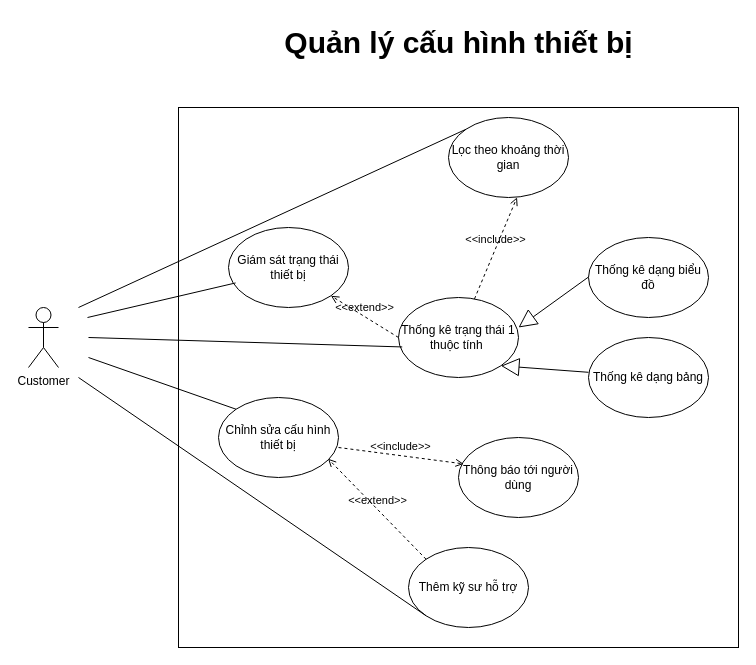
Above: Usecase diagram/configuration_management_usecase.drawio in cuongceg/BTL-IT3120 (draw.io), before the change. Source tidied: cells renumbered, new cells numbered last; positions are measured from the earlier drawing's top-left corner, leaving out a move shared by most shapes. Both pictures are drawn from the tidied source at 100%, with x=0, y=0 at pixel (28, 17).
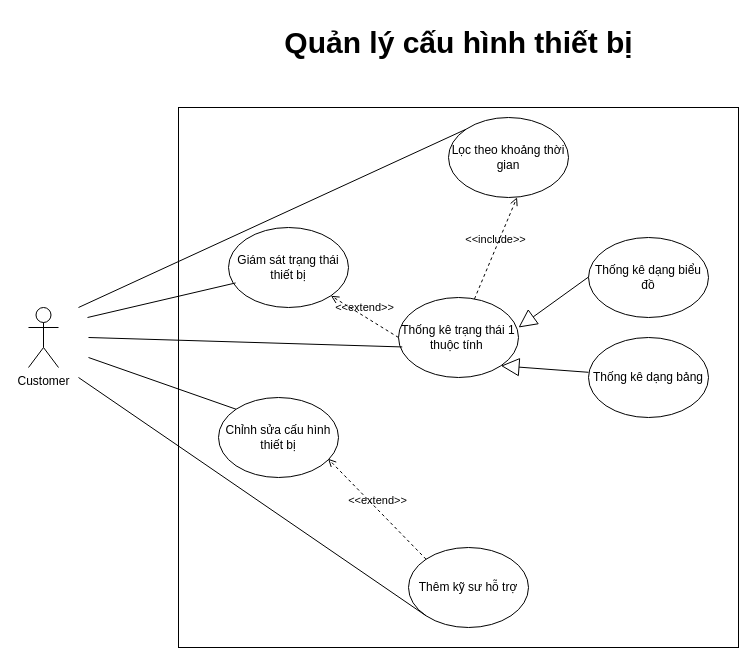
The same page after the edit.

Commit message:
fix: remove unused usecase

Change to the diagram source:
```diff
@@
-    <mxCell id="10" value="Thông báo tới người dùng" style="ellipse;whiteSpace=wrap;html=1;" parent="1" vertex="1">
-      <mxGeometry x="430" y="420" width="120" height="80" as="geometry" />
-    </mxCell>
@@
-    <mxCell id="13" value="&amp;lt;&amp;lt;include&amp;gt;&amp;gt;" style="html=1;verticalAlign=bottom;labelBackgroundColor=none;endArrow=open;endFill=0;dashed=1;rounded=0;entryX=0.043;entryY=0.33;entryDx=0;entryDy=0;entryPerimeter=0;" parent="1" edge="1" target="10">
-      <mxGeometry relative="1" as="geometry">
-        <mxPoint x="310" y="430" as="sourcePoint" />
-      </mxGeometry>
-    </mxCell>
```
